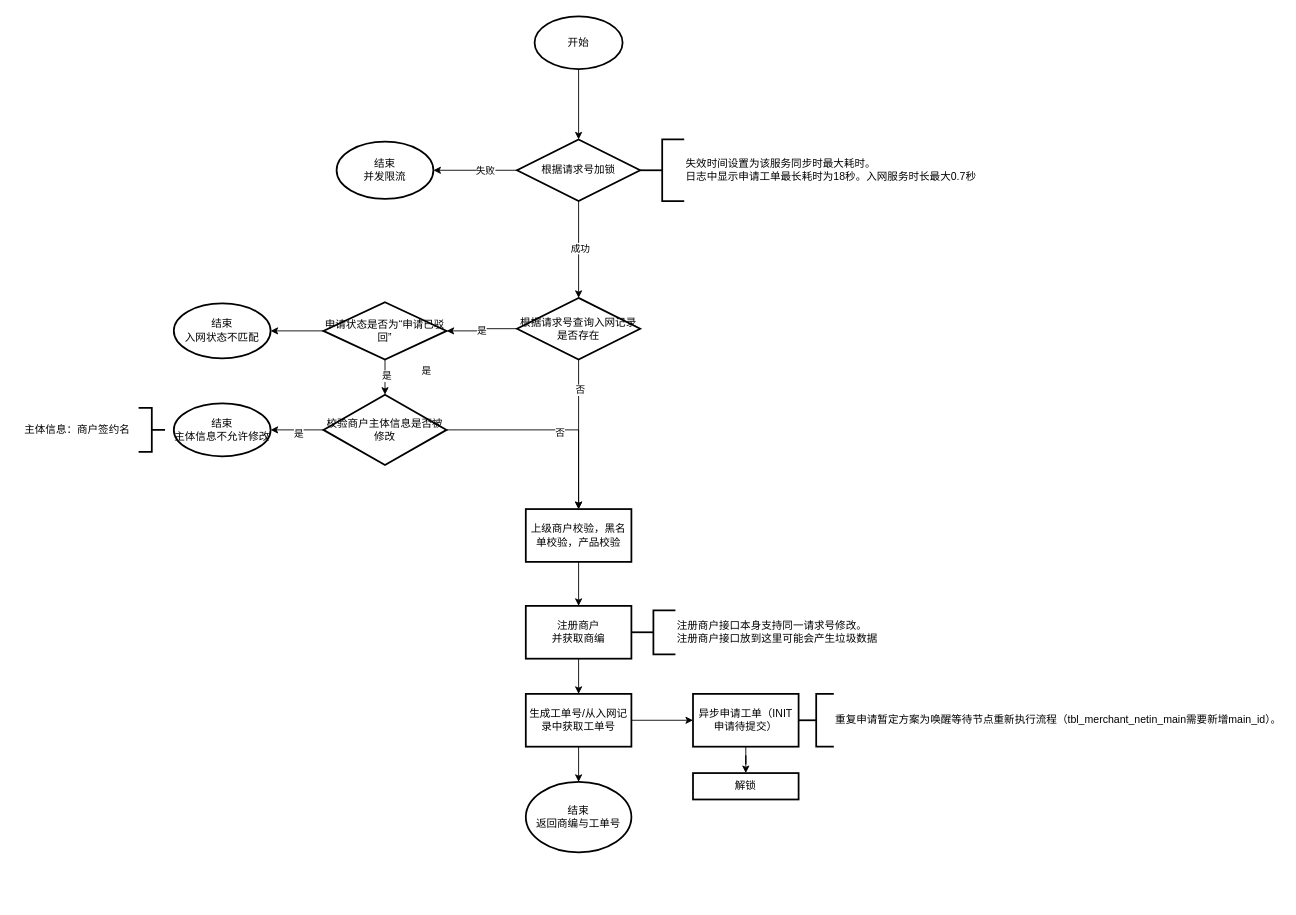
This is Untitled Diagram.drawio from fengyong7723131/work, a draw.io file, before an edit. Source tidied: cells renumbered, new cells numbered last; positions are measured from the earlier drawing's top-left corner, leaving out a move shared by most shapes. Both pictures are drawn from the tidied source at 88%, with x=0, y=0 at pixel (15, 16).
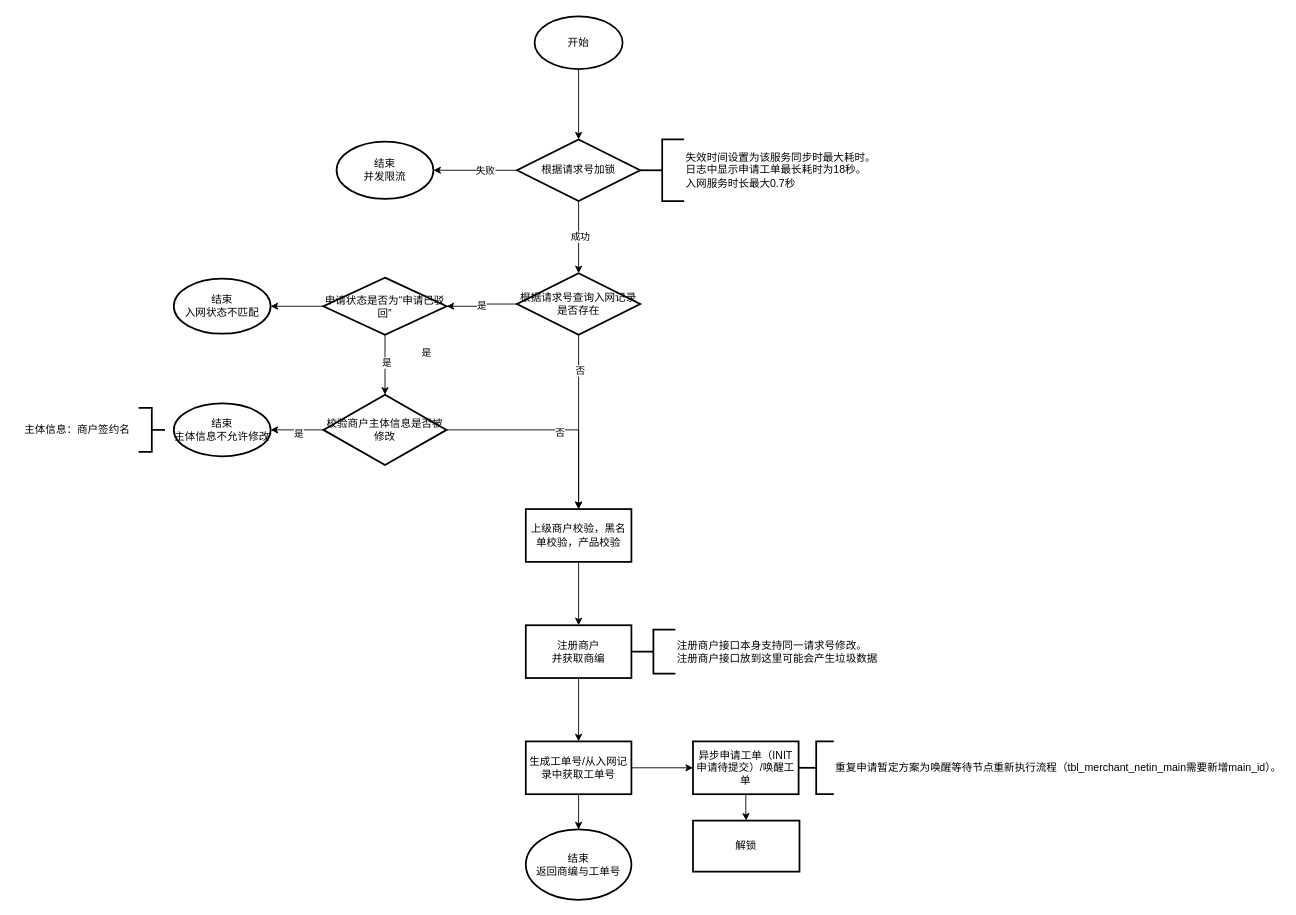
The same page after the edit.

What changed in the source:
```diff
@@
     <mxCell id="7" value="注册商户&lt;br&gt;并获取商编" style="whiteSpace=wrap;html=1;strokeWidth=2;" parent="1" vertex="1">
-      <mxGeometry x="580" y="670" width="120" height="60" as="geometry" />
+      <mxGeometry x="580" y="692" width="120" height="60" as="geometry" />
     </mxCell>
@@
     <mxCell id="10" value="生成工单号/从入网记录中获取工单号" style="whiteSpace=wrap;html=1;strokeWidth=2;" parent="1" vertex="1">
-      <mxGeometry x="580" y="770" width="120" height="60" as="geometry" />
+      <mxGeometry x="580" y="824" width="120" height="60" as="geometry" />
     </mxCell>
@@
-    <mxCell id="12" value="异步申请工单（INIT申请待提交）" style="whiteSpace=wrap;html=1;strokeWidth=2;" parent="1" vertex="1">
-      <mxGeometry x="770" y="770" width="120" height="60" as="geometry" />
+    <mxCell id="12" value="异步申请工单（INIT申请待提交）/唤醒工单" style="whiteSpace=wrap;html=1;strokeWidth=2;" parent="1" vertex="1">
+      <mxGeometry x="770" y="824" width="120" height="60" as="geometry" />
     </mxCell>
     <mxCell id="13" value="结束&lt;br&gt;返回商编与工单号" style="ellipse;whiteSpace=wrap;html=1;strokeWidth=2;" parent="1" vertex="1">
-      <mxGeometry x="580" y="870" width="120" height="80" as="geometry" />
+      <mxGeometry x="580" y="924" width="120" height="80" as="geometry" />
     </mxCell>
@@
     <mxCell id="18" value="根据请求号查询入网记录是否存在" style="strokeWidth=2;html=1;shape=mxgraph.flowchart.decision;whiteSpace=wrap;" parent="1" vertex="1">
-      <mxGeometry x="570" y="320" width="140" height="70" as="geometry" />
+      <mxGeometry x="570" y="292" width="140" height="70" as="geometry" />
     </mxCell>
@@
     <mxCell id="23" value="申请状态是否为“申请已驳回”" style="strokeWidth=2;html=1;shape=mxgraph.flowchart.decision;whiteSpace=wrap;" parent="1" vertex="1">
-      <mxGeometry x="350" y="325" width="140" height="65" as="geometry" />
+      <mxGeometry x="350" y="297" width="140" height="65" as="geometry" />
     </mxCell>
@@
-    <mxCell id="29" value="失效时间设置为该服务同步时最大耗时。&lt;br&gt;日志中显示申请工单最长耗时为18秒。入网服务时长最大0.7秒" style="strokeWidth=2;html=1;shape=mxgraph.flowchart.annotation_2;align=left;labelPosition=right;" parent="1" vertex="1">
+    <mxCell id="29" value="失效时间设置为该服务同步时最大耗时。&lt;br&gt;日志中显示申请工单最长耗时为18秒。&lt;br&gt;入网服务时长最大0.7秒" style="strokeWidth=2;html=1;shape=mxgraph.flowchart.annotation_2;align=left;labelPosition=right;" parent="1" vertex="1">
       <mxGeometry x="710" y="140" width="50" height="70" as="geometry" />
     </mxCell>
@@
     <mxCell id="31" value="结束&lt;br&gt;入网状态不匹配" style="ellipse;whiteSpace=wrap;html=1;strokeWidth=2;" parent="1" vertex="1">
-      <mxGeometry x="180" y="326.2" width="110" height="62.5" as="geometry" />
+      <mxGeometry x="180" y="298.2" width="110" height="62.5" as="geometry" />
     </mxCell>
     <mxCell id="32" value="注册商户接口本身支持同一请求号修改。&lt;br&gt;注册商户接口放到这里可能会产生垃圾数据" style="strokeWidth=2;html=1;shape=mxgraph.flowchart.annotation_2;align=left;labelPosition=right;" parent="1" vertex="1">
-      <mxGeometry x="700" y="675" width="50" height="50" as="geometry" />
+      <mxGeometry x="700" y="697" width="50" height="50" as="geometry" />
     </mxCell>
@@
     <mxCell id="39" value="重复申请暂定方案为唤醒等待节点重新执行流程（tbl_merchant_netin_main需要新增main_id）。" style="strokeWidth=2;html=1;shape=mxgraph.flowchart.annotation_2;align=left;labelPosition=right;" parent="1" vertex="1">
-      <mxGeometry x="890" y="770" width="40" height="60" as="geometry" />
+      <mxGeometry x="890" y="824" width="40" height="60" as="geometry" />
     </mxCell>
@@
     <mxCell id="42" value="解锁" style="whiteSpace=wrap;html=1;strokeWidth=2;" parent="1" vertex="1">
-      <mxGeometry x="770" y="860" width="120" height="30" as="geometry" />
+      <mxGeometry x="770" y="914" width="121" height="58" as="geometry" />
     </mxCell>
```
